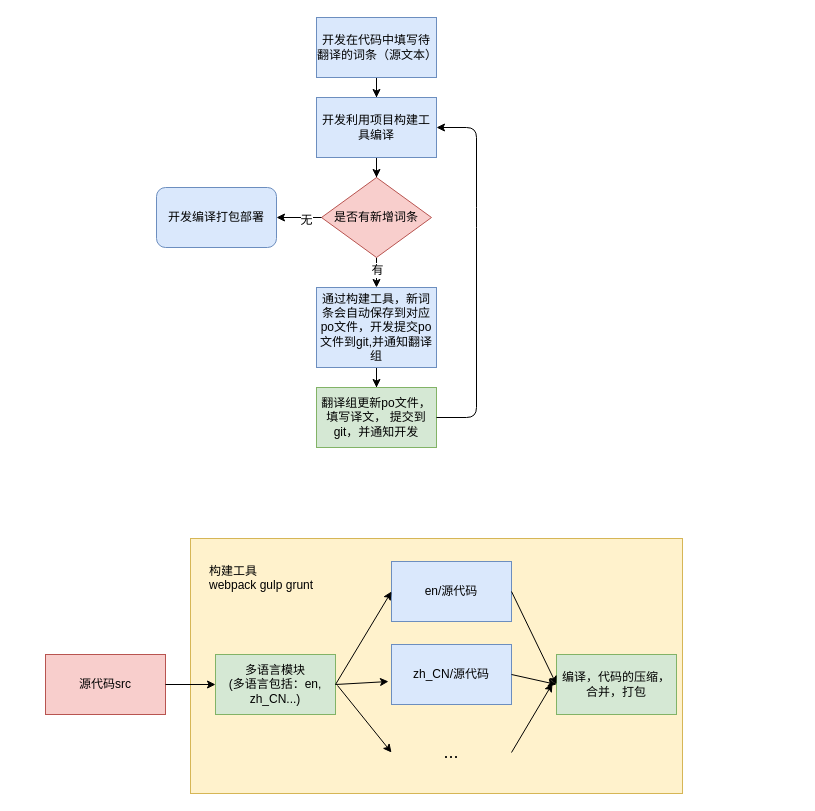
The draw.io diagram Untitled Diagram.drawio in huanglijiao/workspace, before the edit. Source tidied: cells renumbered, new cells numbered last; positions are measured from the earlier drawing's top-left corner, leaving out a move shared by most shapes. Both pictures are drawn from the tidied source at 100%, with x=0, y=0 at pixel (45, 17).
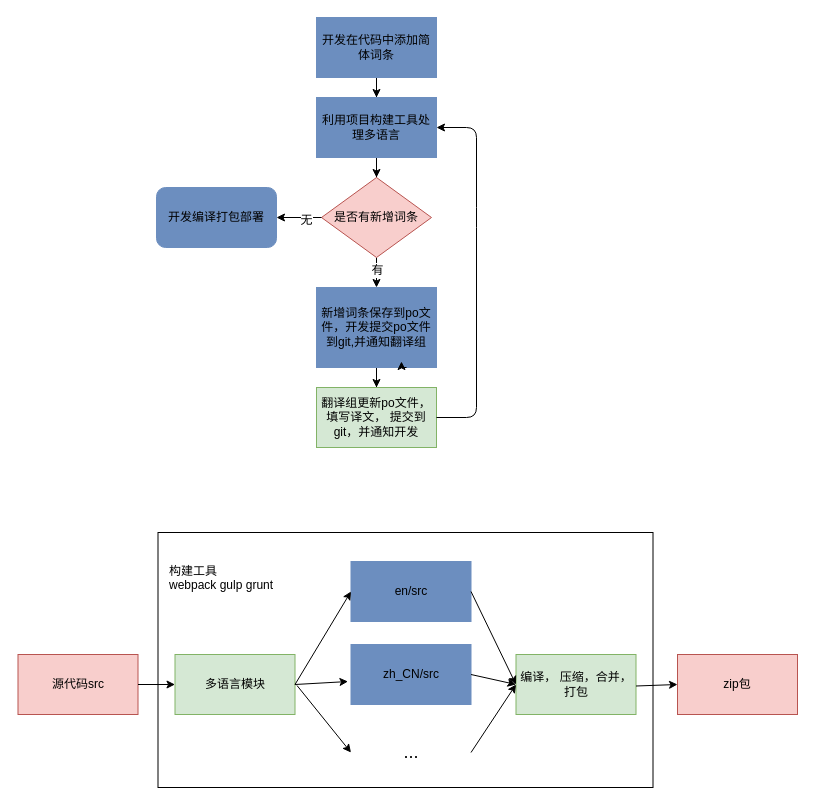
The same diagram, later.

What changed in the source:
```diff
@@
-    <mxCell id="2" style="rounded=0;whiteSpace=wrap;html=1;fillColor=#fff2cc;strokeColor=#d6b656;" parent="1" vertex="1">
-      <mxGeometry x="145" y="521" width="492" height="255" as="geometry" />
+    <mxCell id="2" style="rounded=0;whiteSpace=wrap;html=1;fillColor=#FFFFFF;strokeColor=#000000;" parent="1" vertex="1">
+      <mxGeometry x="112.5" y="515" width="495" height="255" as="geometry" />
     </mxCell>
@@
-    <mxCell id="4" value="开发在代码中填写待翻译的词条（源文本）" style="rounded=0;whiteSpace=wrap;html=1;fillColor=#dae8fc;strokeColor=#6c8ebf;" parent="1" vertex="1">
+    <mxCell id="4" value="开发在代码中添加简体词条" style="rounded=0;whiteSpace=wrap;html=1;fillColor=#6C8EBF;strokeColor=#6c8ebf;" parent="1" vertex="1">
       <mxGeometry x="271" width="120" height="60" as="geometry" />
     </mxCell>
@@
-    <mxCell id="6" value="开发利用项目构建工具编译" style="rounded=0;whiteSpace=wrap;html=1;fillColor=#dae8fc;strokeColor=#6c8ebf;" parent="1" vertex="1">
+    <mxCell id="6" value="利用项目构建工具处理多语言" style="rounded=0;whiteSpace=wrap;html=1;fillColor=#6C8EBF;strokeColor=#6c8ebf;" parent="1" vertex="1">
       <mxGeometry x="271" y="80" width="120" height="60" as="geometry" />
     </mxCell>
@@
-    <mxCell id="11" value="通过构建工具，新词条会自动保存到对应po文件，开发提交po文件到git,并通知翻译组" style="rounded=0;whiteSpace=wrap;html=1;fillColor=#dae8fc;strokeColor=#6c8ebf;" parent="1" vertex="1">
+    <mxCell id="11" value="新增词条保存到po文件，开发提交po文件到git,并通知翻译组" style="rounded=0;whiteSpace=wrap;html=1;fillColor=#6C8EBF;strokeColor=#6C8EBF;" parent="1" vertex="1">
       <mxGeometry x="271" y="270" width="120" height="80" as="geometry" />
     </mxCell>
@@
-    <mxCell id="14" value="开发编译打包部署" style="rounded=1;whiteSpace=wrap;html=1;fillColor=#dae8fc;strokeColor=#6c8ebf;" parent="1" vertex="1">
+    <mxCell id="14" value="开发编译打包部署" style="rounded=1;whiteSpace=wrap;html=1;fillColor=#6C8EBF;strokeColor=#6c8ebf;" parent="1" vertex="1">
       <mxGeometry x="111" y="170" width="120" height="60" as="geometry" />
     </mxCell>
@@
     <mxCell id="17" value="源代码src" style="rounded=0;whiteSpace=wrap;html=1;fillColor=#f8cecc;strokeColor=#b85450;" parent="1" vertex="1">
-      <mxGeometry y="637" width="120" height="60" as="geometry" />
+      <mxGeometry x="-27.5" y="637" width="120" height="60" as="geometry" />
     </mxCell>
-    <mxCell id="18" value="多语言模块&lt;br&gt;(多语言包括：en, zh_CN...)&lt;br&gt;" style="rounded=0;whiteSpace=wrap;html=1;fillColor=#d5e8d4;strokeColor=#82b366;" parent="1" vertex="1">
-      <mxGeometry x="170" y="637" width="120" height="60" as="geometry" />
+    <mxCell id="18" value="多语言模块" style="rounded=0;whiteSpace=wrap;html=1;fillColor=#d5e8d4;strokeColor=#82b366;" parent="1" vertex="1">
+      <mxGeometry x="129.5" y="637" width="120" height="60" as="geometry" />
     </mxCell>
-    <mxCell id="19" value="zh_CN/源代码" style="rounded=0;whiteSpace=wrap;html=1;fillColor=#dae8fc;strokeColor=#6c8ebf;" parent="1" vertex="1">
-      <mxGeometry x="346" y="627" width="120" height="60" as="geometry" />
+    <mxCell id="19" value="zh_CN/src" style="rounded=0;whiteSpace=wrap;html=1;fillColor=#6C8EBF;strokeColor=#6c8ebf;" parent="1" vertex="1">
+      <mxGeometry x="305.5" y="627" width="120" height="60" as="geometry" />
     </mxCell>
     <mxCell id="20" value="&lt;font style=&quot;font-size: 18px&quot;&gt;...&lt;/font&gt;" style="rounded=0;whiteSpace=wrap;html=1;strokeColor=none;fillColor=none;" parent="1" vertex="1">
-      <mxGeometry x="346" y="705" width="120" height="60" as="geometry" />
+      <mxGeometry x="305.5" y="705" width="120" height="60" as="geometry" />
     </mxCell>
-    <mxCell id="21" value="en/源代码" style="rounded=0;whiteSpace=wrap;html=1;fillColor=#dae8fc;strokeColor=#6c8ebf;" parent="1" vertex="1">
-      <mxGeometry x="346" y="544" width="120" height="60" as="geometry" />
+    <mxCell id="21" value="en/src" style="rounded=0;whiteSpace=wrap;html=1;fillColor=#6C8EBF;strokeColor=#6c8ebf;" parent="1" vertex="1">
+      <mxGeometry x="305.5" y="544" width="120" height="60" as="geometry" />
     </mxCell>
-    <mxCell id="22" value="编译，代码的压缩，合并，打包" style="rounded=0;whiteSpace=wrap;html=1;fillColor=#d5e8d4;strokeColor=#82b366;" parent="1" vertex="1">
-      <mxGeometry x="511" y="637" width="120" height="60" as="geometry" />
+    <mxCell id="22" value="编译， 压缩，合并，打包" style="rounded=0;whiteSpace=wrap;html=1;fillColor=#d5e8d4;strokeColor=#82b366;" parent="1" vertex="1">
+      <mxGeometry x="470.5" y="637" width="120" height="60" as="geometry" />
     </mxCell>
     <mxCell id="23" value="构建工具&lt;br&gt;webpack gulp grunt&lt;br&gt;" style="text;html=1;align=left;verticalAlign=top;spacingTop=-4;" parent="1" vertex="1">
-      <mxGeometry x="162" y="544" width="114" height="28" as="geometry" />
+      <mxGeometry x="121.5" y="544" width="114" height="28" as="geometry" />
     </mxCell>
@@
     <mxCell id="27" style="endArrow=classic;html=1;entryX=0;entryY=0.5;entryDx=0;entryDy=0;" parent="1" edge="1" target="20">
       <mxGeometry relative="1" as="geometry">
-        <mxPoint x="292" y="668" as="sourcePoint" />
+        <mxPoint x="251.5" y="668" as="sourcePoint" />
       </mxGeometry>
     </mxCell>
@@
-    <mxCell id="29" style="endArrow=classic;html=1;entryX=0;entryY=0.5;entryDx=0;entryDy=0;exitX=1;exitY=0.5;exitDx=0;exitDy=0;" parent="1" edge="1" source="19" target="22">
+    <mxCell id="29" style="endArrow=classic;html=1;exitX=1;exitY=0.5;exitDx=0;exitDy=0;entryX=0;entryY=0.5;entryDx=0;entryDy=0;" parent="1" edge="1" source="19" target="22">
       <mxGeometry relative="1" as="geometry" />
     </mxCell>
-    <mxCell id="30" style="endArrow=classic;html=1;exitX=1;exitY=0.5;exitDx=0;exitDy=0;" parent="1" edge="1" source="20">
-      <mxGeometry relative="1" as="geometry">
-        <mxPoint x="507" y="666" as="targetPoint" />
-      </mxGeometry>
+    <mxCell id="30" style="endArrow=classic;html=1;exitX=1;exitY=0.5;exitDx=0;exitDy=0;entryX=0;entryY=0.5;entryDx=0;entryDy=0;" parent="1" edge="1" source="20" target="22">
+      <mxGeometry relative="1" as="geometry" />
     </mxCell>
+    <mxCell id="31" style="edgeStyle=orthogonalEdgeStyle;rounded=0;orthogonalLoop=1;jettySize=auto;html=1;exitX=0.75;exitY=1;exitDx=0;exitDy=0;entryX=0.708;entryY=0.925;entryDx=0;entryDy=0;entryPerimeter=0;" parent="1" edge="1" source="11" target="11">
+      <mxGeometry relative="1" as="geometry" />
+    </mxCell>
+    <mxCell id="32" style="endArrow=classic;html=1;exitX=1;exitY=0.5;exitDx=0;exitDy=0;entryX=0;entryY=0.5;entryDx=0;entryDy=0;" parent="1" edge="1" target="33">
+      <mxGeometry relative="1" as="geometry">
+        <mxPoint x="590.5" y="668.5" as="sourcePoint" />
+      </mxGeometry>
+    </mxCell>
+    <mxCell id="33" value="zip包" style="rounded=0;whiteSpace=wrap;html=1;fillColor=#f8cecc;strokeColor=#b85450;" parent="1" vertex="1">
+      <mxGeometry x="632" y="637" width="120" height="60" as="geometry" />
+    </mxCell>
```
